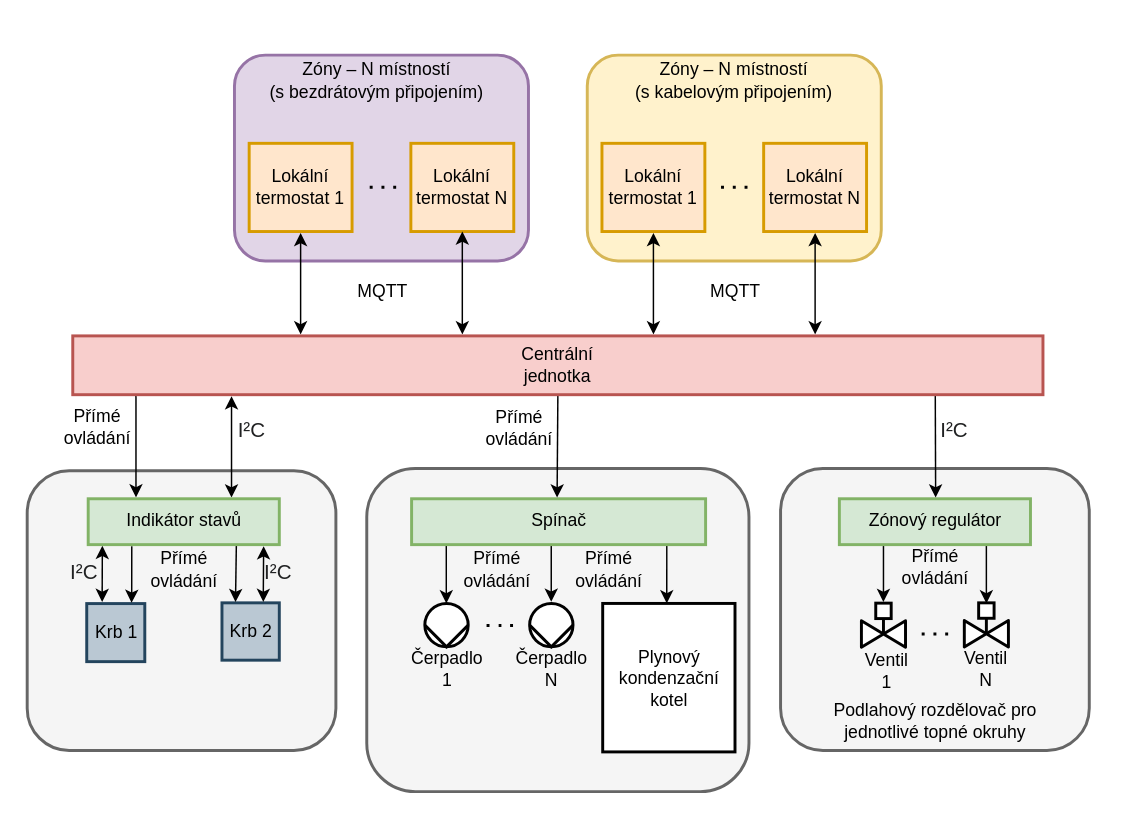
Earlier version of the draw.io diagram images/svg/drawio/navrh-softwarove-casti.drawio (RomLab/diploma-thesis). Source tidied: cells renumbered, new cells numbered last; positions are measured from the earlier drawing's top-left corner, leaving out a move shared by most shapes. Both pictures are drawn from the tidied source at 147%, with x=0, y=0 at pixel (26, 54). Pictures stored in the file or linked from it are replaced by grey dashed boxes.
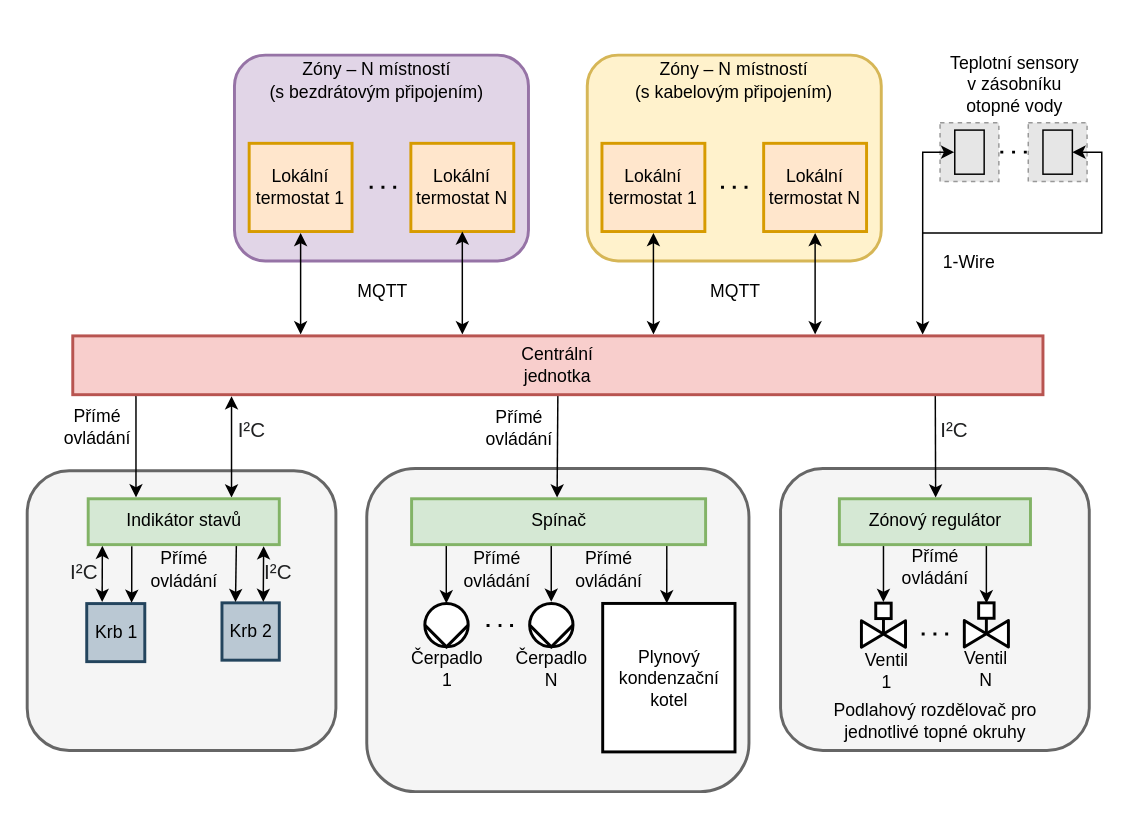
After the change.

The change refers to these unchanged cells:
```xml
<mxCell id="60" value="Centrální&lt;br&gt;jednotka" style="whiteSpace=wrap;html=1;fillColor=#f8cecc;strokeWidth=2;strokeColor=#b85450;" parent="1" vertex="1">
  <mxGeometry x="31" y="191" width="660" height="40" as="geometry" />
</mxCell>
```

What changed in the source:
```diff
@@
+    <mxCell id="67" style="group;" parent="1" vertex="1">
+      <mxGeometry x="621" y="46" width="40" height="40" as="geometry" />
+    </mxCell>
+    <mxCell id="68" style="fillColor=#E6E6E6;strokeColor=#999999;dashed=1;html=1;verticalAlign=top;verticalLabelPosition=bottom;labelBackgroundColor=#ffffff;" parent="67" vertex="1">
+      <mxGeometry width="40" height="40" as="geometry" />
+    </mxCell>
+    <mxCell id="69" style="rounded=0;whiteSpace=wrap;html=1;fillColor=none;" parent="67" vertex="1">
+      <mxGeometry x="10" y="5" width="20" height="30" as="geometry" />
+    </mxCell>
+    <mxCell id="70" style="group;" parent="1" vertex="1">
+      <mxGeometry x="681" y="46" width="40" height="40" as="geometry" />
+    </mxCell>
+    <mxCell id="71" style="fillColor=#E6E6E6;strokeColor=#999999;dashed=1;html=1;verticalAlign=top;verticalLabelPosition=bottom;labelBackgroundColor=#ffffff;" parent="70" vertex="1">
+      <mxGeometry width="40" height="40" as="geometry" />
+    </mxCell>
+    <mxCell id="72" style="rounded=0;whiteSpace=wrap;html=1;fillColor=none;" parent="70" vertex="1">
+      <mxGeometry x="10" y="5" width="20" height="30" as="geometry" />
+    </mxCell>
+    <mxCell id="73" style="endArrow=none;dashed=1;html=1;dashPattern=1 3;strokeWidth=2;" parent="1" edge="1">
+      <mxGeometry x="626" y="135" as="geometry">
+        <mxPoint x="680" y="66" as="sourcePoint" />
+        <mxPoint x="660" y="66" as="targetPoint" />
+      </mxGeometry>
+    </mxCell>
+    <mxCell id="74" style="edgeStyle=orthogonalEdgeStyle;rounded=0;jettySize=auto;html=1;entryX=0.876;entryY=-0.023;entryDx=0;entryDy=0;entryPerimeter=0;exitX=-0.018;exitY=0.5;exitDx=0;exitDy=0;exitPerimeter=0;startArrow=classic;startFill=1;" parent="1" edge="1" source="69" target="60">
+      <mxGeometry relative="1" as="geometry">
+        <Array as="points">
+          <mxPoint x="609" y="66" />
+        </Array>
+      </mxGeometry>
+    </mxCell>
+    <mxCell id="75" style="edgeStyle=orthogonalEdgeStyle;rounded=0;jettySize=auto;html=1;endArrow=none;endFill=0;exitX=1;exitY=0.5;exitDx=0;exitDy=0;exitPerimeter=0;startArrow=classic;startFill=1;" parent="1" edge="1" source="72">
+      <mxGeometry relative="1" as="geometry">
+        <mxPoint x="609" y="121" as="targetPoint" />
+        <Array as="points">
+          <mxPoint x="731" y="66" />
+          <mxPoint x="731" y="121" />
+          <mxPoint x="609" y="121" />
+        </Array>
+      </mxGeometry>
+    </mxCell>
+    <mxCell id="76" value="Teplotní sensory &lt;br&gt;v zásobníku otopné vody" style="text;html=1;strokeColor=none;fillColor=none;align=center;verticalAlign=middle;whiteSpace=wrap;rounded=0;" parent="1" vertex="1">
+      <mxGeometry x="621.5" y="-20" width="100" height="80" as="geometry" />
+    </mxCell>
+    <mxCell id="77" value="1-Wire" style="text;html=1;strokeColor=none;fillColor=none;align=center;verticalAlign=middle;whiteSpace=wrap;rounded=0;" parent="1" vertex="1">
+      <mxGeometry x="621" y="131" width="40" height="20" as="geometry" />
+    </mxCell>
```
